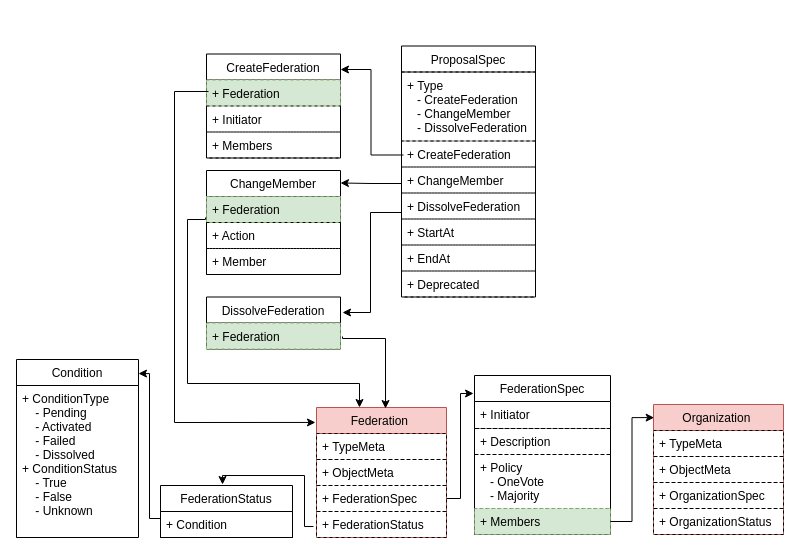
Above: dev_design/models-design/federation.drawio in bestchains/product-design (draw.io), before the change. Source tidied: cells renumbered, new cells numbered last; positions are measured from the earlier drawing's top-left corner, leaving out a move shared by most shapes. Both pictures are drawn from the tidied source at 100%, with x=0, y=0 at pixel (16, 46).
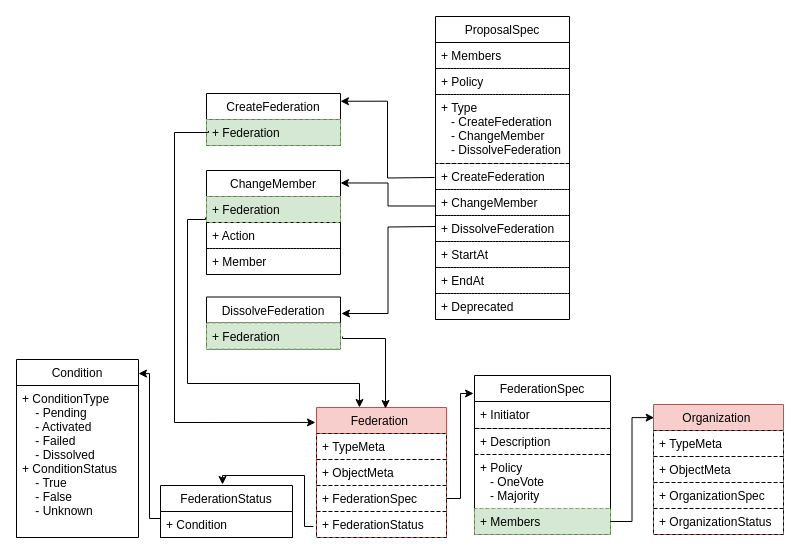
Above is the later version.

Commit message (it also covers changes not shown here):
update federation and proposal-vote drawio

The change refers to these unchanged cells:
```xml
<mxCell id="15" value="Federation " style="swimlane;fontStyle=0;horizontal=1;startSize=26;fillColor=#f8cecc;rounded=0;shadow=0;comic=0;swimlaneLine=1;glass=0;swimlaneFillColor=none;strokeColor=#b85450;" parent="1" vertex="1">
  <mxGeometry x="300" y="361" width="130" height="130" as="geometry" />
</mxCell>
<mxCell id="28" value="+ Federation" style="text;strokeColor=#82b366;fillColor=#d5e8d4;align=left;verticalAlign=top;spacingLeft=4;spacingRight=4;overflow=hidden;points=[[0,0.5],[1,0.5]];portConstraint=eastwest;rounded=0;dashed=1;glass=0;" parent="27" vertex="1">
  <mxGeometry y="26" width="134" height="26" as="geometry" />
</mxCell>
<mxCell id="35" value="DissolveFederation" style="swimlane;fontStyle=0;horizontal=1;startSize=26;fillColor=none;rounded=0;shadow=0;comic=0;swimlaneLine=1;glass=0;swimlaneFillColor=none;" parent="1" vertex="1">
  <mxGeometry x="190" y="250.5" width="134" height="52" as="geometry" />
</mxCell>
```

The edit, as a diff of the source:
```diff
@@
     <mxCell id="7" value="ProposalSpec" style="swimlane;fontStyle=0;horizontal=1;startSize=26;fillColor=none;rounded=0;shadow=0;comic=0;swimlaneLine=1;glass=0;swimlaneFillColor=none;" parent="1" vertex="1">
-      <mxGeometry x="385" y="-0.5" width="134" height="251" as="geometry" />
+      <mxGeometry x="419" y="-30" width="134" height="303" as="geometry" />
     </mxCell>
+    <mxCell id="30" value="+ Members" style="text;strokeColor=#000000;fillColor=none;align=left;verticalAlign=top;spacingLeft=4;spacingRight=4;overflow=hidden;rounded=0;dashed=1;glass=0;" parent="7" vertex="1">
+      <mxGeometry y="26" width="134" height="26" as="geometry" />
+    </mxCell>
+    <mxCell id="49" value="+ Policy" style="text;strokeColor=#000000;fillColor=none;align=left;verticalAlign=top;spacingLeft=4;spacingRight=4;overflow=hidden;rounded=0;dashed=1;glass=0;" parent="7" vertex="1">
+      <mxGeometry y="52" width="134" height="26" as="geometry" />
+    </mxCell>
     <mxCell id="8" value="+ Type&#10;   - CreateFederation&#10;   - ChangeMember&#10;   - DissolveFederation" style="text;strokeColor=#000000;fillColor=none;align=left;verticalAlign=top;spacingLeft=4;spacingRight=4;overflow=hidden;rounded=0;dashed=1;glass=0;" parent="7" vertex="1">
-      <mxGeometry y="26" width="134" height="69" as="geometry" />
+      <mxGeometry y="78" width="134" height="69" as="geometry" />
     </mxCell>
     <mxCell id="9" value="+ CreateFederation&#10;" style="text;strokeColor=#000000;fillColor=none;align=left;verticalAlign=top;spacingLeft=4;spacingRight=4;overflow=hidden;points=[[0,0.5],[1,0.5]];portConstraint=eastwest;rounded=0;dashed=1;glass=0;" parent="7" vertex="1">
-      <mxGeometry y="95" width="134" height="26" as="geometry" />
+      <mxGeometry y="147" width="134" height="26" as="geometry" />
     </mxCell>
     <mxCell id="10" value="+ ChangeMember&#10;" style="text;strokeColor=#000000;fillColor=none;align=left;verticalAlign=top;spacingLeft=4;spacingRight=4;overflow=hidden;points=[[0,0.5],[1,0.5]];portConstraint=eastwest;rounded=0;dashed=1;glass=0;" parent="7" vertex="1">
-      <mxGeometry y="121" width="134" height="26" as="geometry" />
+      <mxGeometry y="173" width="134" height="26" as="geometry" />
     </mxCell>
     <mxCell id="11" value="+ DissolveFederation" style="text;strokeColor=#000000;fillColor=none;align=left;verticalAlign=top;spacingLeft=4;spacingRight=4;overflow=hidden;points=[[0,0.5],[1,0.5]];portConstraint=eastwest;rounded=0;dashed=1;glass=0;" parent="7" vertex="1">
-      <mxGeometry y="147" width="134" height="26" as="geometry" />
+      <mxGeometry y="199" width="134" height="26" as="geometry" />
     </mxCell>
     <mxCell id="12" value="+ StartAt &#10;" style="text;strokeColor=#000000;fillColor=none;align=left;verticalAlign=top;spacingLeft=4;spacingRight=4;overflow=hidden;rounded=0;dashed=1;glass=0;" parent="7" vertex="1">
-      <mxGeometry y="173" width="134" height="26" as="geometry" />
+      <mxGeometry y="225" width="134" height="26" as="geometry" />
     </mxCell>
     <mxCell id="13" value="+ EndAt&#10;" style="text;strokeColor=#000000;fillColor=none;align=left;verticalAlign=top;spacingLeft=4;spacingRight=4;overflow=hidden;rounded=0;dashed=1;glass=0;" parent="7" vertex="1">
-      <mxGeometry y="199" width="134" height="26" as="geometry" />
+      <mxGeometry y="251" width="134" height="26" as="geometry" />
     </mxCell>
     <mxCell id="14" value="+ Deprecated" style="text;strokeColor=#000000;fillColor=none;align=left;verticalAlign=top;spacingLeft=4;spacingRight=4;overflow=hidden;rounded=0;dashed=1;glass=0;" parent="7" vertex="1">
-      <mxGeometry y="225" width="134" height="26" as="geometry" />
+      <mxGeometry y="277" width="134" height="26" as="geometry" />
     </mxCell>
@@
     <mxCell id="27" value="CreateFederation" style="swimlane;fontStyle=0;horizontal=1;startSize=26;fillColor=none;rounded=0;shadow=0;comic=0;swimlaneLine=1;glass=0;swimlaneFillColor=none;" parent="1" vertex="1">
-      <mxGeometry x="190" y="7.5" width="134" height="104" as="geometry" />
+      <mxGeometry x="190" y="47" width="134" height="52" as="geometry" />
     </mxCell>
@@
-    <mxCell id="29" value="+ Initiator &#10;" style="text;strokeColor=#000000;fillColor=none;align=left;verticalAlign=top;spacingLeft=4;spacingRight=4;overflow=hidden;rounded=0;dashed=1;glass=0;" parent="27" vertex="1">
-      <mxGeometry y="52" width="134" height="26" as="geometry" />
-    </mxCell>
-    <mxCell id="30" value="+ Members" style="text;strokeColor=#000000;fillColor=none;align=left;verticalAlign=top;spacingLeft=4;spacingRight=4;overflow=hidden;rounded=0;dashed=1;glass=0;" parent="27" vertex="1">
-      <mxGeometry y="78" width="134" height="26" as="geometry" />
-    </mxCell>
@@
     <mxCell id="40" style="endArrow=classic;html=1;rounded=0;exitX=0.015;exitY=0.442;exitDx=0;exitDy=0;exitPerimeter=0;entryX=-0.008;entryY=0.115;entryDx=0;entryDy=0;entryPerimeter=0;edgeStyle=orthogonalEdgeStyle;" parent="1" edge="1" source="28" target="15">
       <mxGeometry relative="1" as="geometry">
         <Array as="points">
-          <mxPoint x="158" y="45" />
+          <mxPoint x="158" y="86" />
           <mxPoint x="158" y="376" />
         </Array>
       </mxGeometry>
     </mxCell>
@@
-    <mxCell id="45" style="endArrow=classic;html=1;rounded=0;exitX=0.015;exitY=0.538;exitDx=0;exitDy=0;exitPerimeter=0;entryX=1;entryY=0.149;entryDx=0;entryDy=0;entryPerimeter=0;edgeStyle=orthogonalEdgeStyle;" parent="1" edge="1" source="9" target="27">
-      <mxGeometry relative="1" as="geometry" />
+    <mxCell id="45" style="endArrow=classic;html=1;rounded=0;entryX=1;entryY=0.149;entryDx=0;entryDy=0;entryPerimeter=0;edgeStyle=orthogonalEdgeStyle;" parent="1" edge="1" target="27">
+      <mxGeometry relative="1" as="geometry">
+        <mxPoint x="418" y="131" as="sourcePoint" />
+      </mxGeometry>
     </mxCell>
@@
-    <mxCell id="47" style="endArrow=classic;html=1;rounded=0;entryX=1.015;entryY=0.298;entryDx=0;entryDy=0;entryPerimeter=0;edgeStyle=orthogonalEdgeStyle;" parent="1" edge="1" source="11" target="35">
-      <mxGeometry relative="1" as="geometry">
-        <Array as="points">
-          <mxPoint x="354" y="166" />
-          <mxPoint x="354" y="266" />
-        </Array>
-      </mxGeometry>
-    </mxCell>
@@
+    <mxCell id="50" style="endArrow=classic;html=1;rounded=0;exitX=0;exitY=0.635;exitDx=0;exitDy=0;exitPerimeter=0;entryX=1.007;entryY=0.317;entryDx=0;entryDy=0;entryPerimeter=0;edgeStyle=orthogonalEdgeStyle;" parent="1" edge="1" target="35">
+      <mxGeometry relative="1" as="geometry">
+        <mxPoint x="419" y="180" as="sourcePoint" />
+      </mxGeometry>
+    </mxCell>
```
